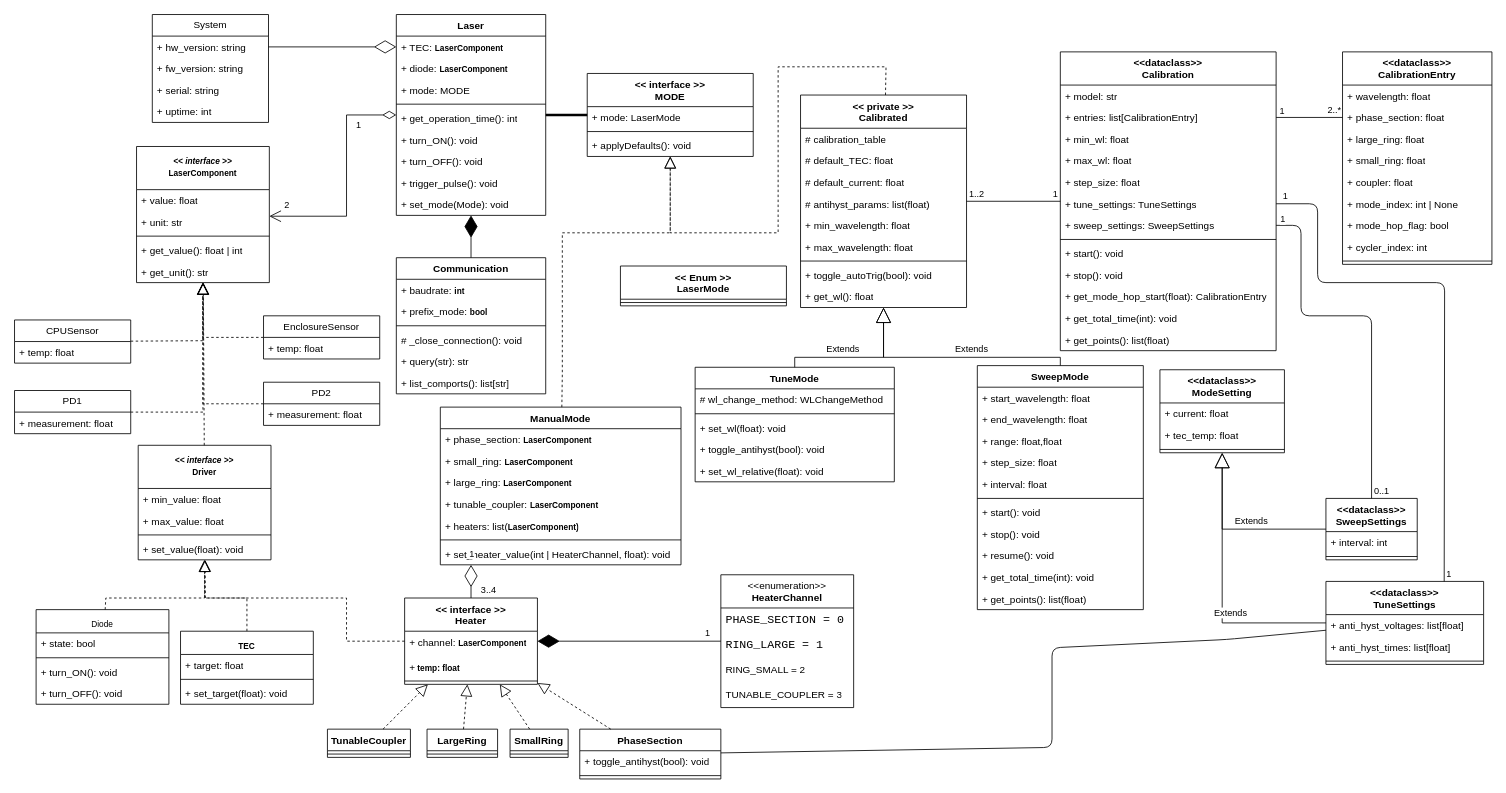
The draw.io diagram docs/assets/diagrams/Class_diagram.drawio in ChilasLasers/PyChilasLasers, before the edit. Source tidied: cells renumbered, new cells numbered last; positions are measured from the earlier drawing's top-left corner, leaving out a move shared by most shapes. Both pictures are drawn from the tidied source at 83%, with x=0, y=0 at pixel (14, 14).
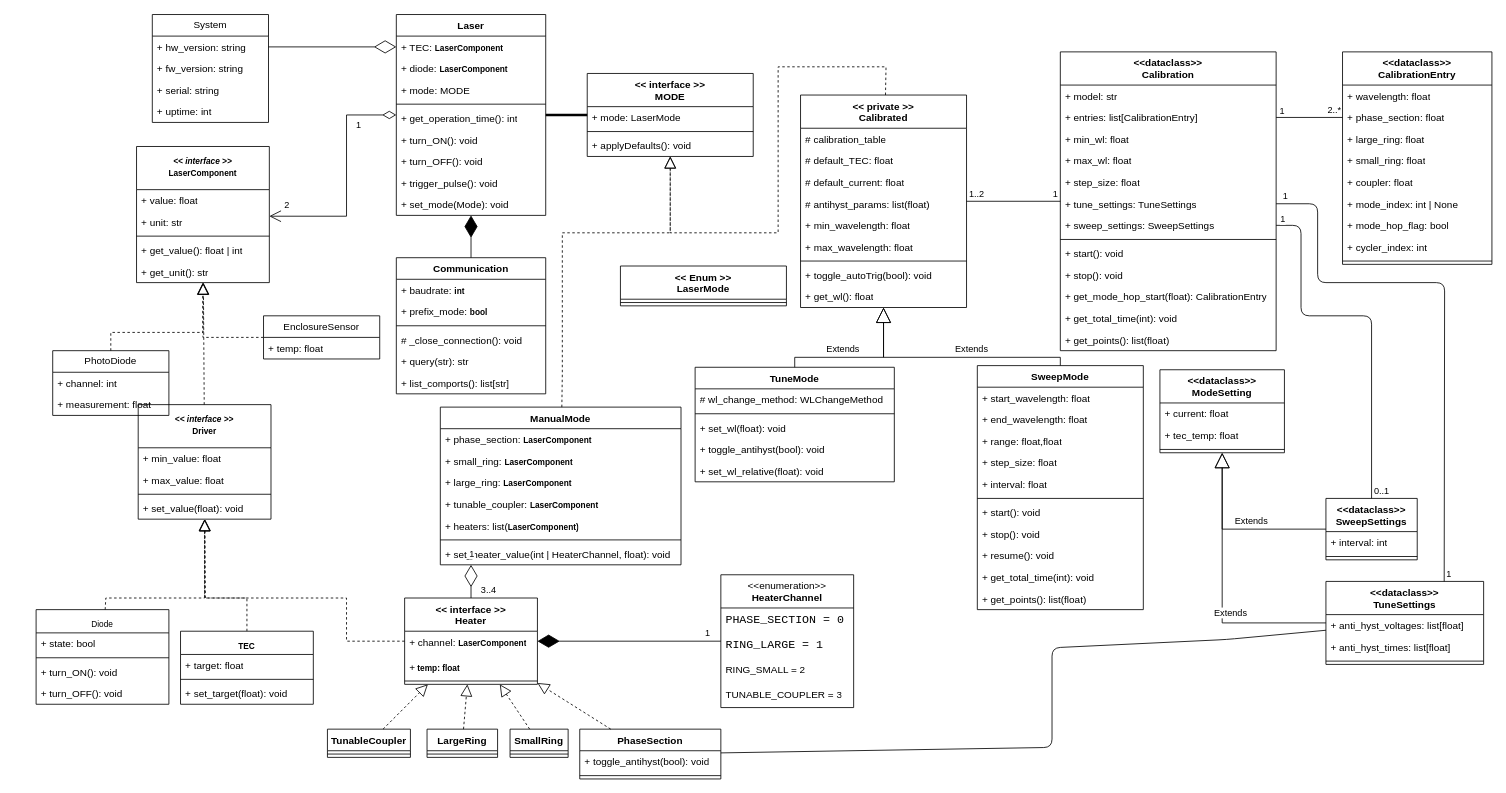
The same diagram, later.

Commit message (it also covers changes not shown here):
feat: implement enclosure temp sensor and photodiode readouts

The change refers to these unchanged cells:
```xml
<mxCell id="54" value="&lt;p style=&quot;margin:0px;margin-top:4px;text-align:center;&quot;&gt;&lt;font style=&quot;font-size: 10px;&quot;&gt;&lt;i&gt;&amp;lt;&amp;lt; interface &amp;gt;&amp;gt;&lt;/i&gt;&lt;br&gt;LaserComponent&lt;/font&gt;&lt;/p&gt;" style="swimlane;fontStyle=1;align=center;verticalAlign=top;horizontal=1;startSize=52;whiteSpace=wrap;html=1;" parent="1" vertex="1">
  <mxGeometry x="147" y="159" width="160" height="164" as="geometry" />
</mxCell>
```

The edit, as a diff of the source:
```diff
@@
     <mxCell id="169" value="&lt;p style=&quot;margin:0px;margin-top:4px;text-align:center;&quot;&gt;&lt;font style=&quot;font-size: 10px;&quot;&gt;&lt;i&gt;&amp;lt;&amp;lt; interface &amp;gt;&amp;gt;&lt;/i&gt;&lt;br&gt;Driver&lt;/font&gt;&lt;/p&gt;" style="swimlane;fontStyle=1;align=center;verticalAlign=top;horizontal=1;startSize=52;whiteSpace=wrap;html=1;" parent="1" vertex="1">
-      <mxGeometry x="149" y="519" width="160" height="138" as="geometry" />
+      <mxGeometry x="149" y="470" width="160" height="138" as="geometry" />
     </mxCell>
@@
-    <mxCell id="175" value="CPUSensor" style="swimlane;fontStyle=0;horizontal=1;startSize=26;fillColor=none;whiteSpace=wrap;html=1;" parent="1" vertex="1">
-      <mxGeometry y="368" width="140" height="52" as="geometry" />
-    </mxCell>
-    <mxCell id="176" value="+ temp: float" style="text;strokeColor=none;fillColor=none;align=left;verticalAlign=top;spacingLeft=4;spacingRight=4;overflow=hidden;whiteSpace=wrap;html=1;" parent="175" vertex="1">
-      <mxGeometry y="26" width="140" height="26" as="geometry" />
-    </mxCell>
@@
-    <mxCell id="179" value="PD1" style="swimlane;fontStyle=0;horizontal=1;startSize=26;fillColor=none;whiteSpace=wrap;html=1;" parent="1" vertex="1">
-      <mxGeometry y="453" width="140" height="52" as="geometry" />
+    <mxCell id="179" value="PhotoDiode" style="swimlane;fontStyle=0;horizontal=1;startSize=26;fillColor=none;whiteSpace=wrap;html=1;" parent="1" vertex="1">
+      <mxGeometry x="46" y="405" width="140" height="78" as="geometry" />
     </mxCell>
+    <mxCell id="187" value="+ channel: int" style="text;strokeColor=none;fillColor=none;align=left;verticalAlign=top;spacingLeft=4;spacingRight=4;overflow=hidden;whiteSpace=wrap;html=1;" parent="179" vertex="1">
+      <mxGeometry y="26" width="140" height="26" as="geometry" />
+    </mxCell>
     <mxCell id="180" value="+ measurement: float" style="text;strokeColor=none;fillColor=none;align=left;verticalAlign=top;spacingLeft=4;spacingRight=4;overflow=hidden;whiteSpace=wrap;html=1;" parent="179" vertex="1">
-      <mxGeometry y="26" width="140" height="26" as="geometry" />
+      <mxGeometry y="52" width="140" height="26" as="geometry" />
     </mxCell>
-    <mxCell id="181" value="PD2" style="swimlane;fontStyle=0;horizontal=1;startSize=26;fillColor=none;whiteSpace=wrap;html=1;" parent="1" vertex="1">
-      <mxGeometry x="300" y="443" width="140" height="52" as="geometry" />
-    </mxCell>
-    <mxCell id="182" value="+ measurement: float" style="text;strokeColor=none;fillColor=none;align=left;verticalAlign=top;spacingLeft=4;spacingRight=4;overflow=hidden;whiteSpace=wrap;html=1;" parent="181" vertex="1">
-      <mxGeometry y="26" width="140" height="26" as="geometry" />
-    </mxCell>
@@
-    <mxCell id="184" style="endArrow=block;dashed=1;endFill=0;endSize=12;html=1;rounded=0;" parent="1" edge="1" source="175" target="54">
-      <mxGeometry relative="1" as="geometry">
-        <Array as="points">
-          <mxPoint x="227" y="393" />
-        </Array>
-      </mxGeometry>
-    </mxCell>
@@
     <mxCell id="186" style="endArrow=block;dashed=1;endFill=0;endSize=12;html=1;rounded=0;" parent="1" edge="1" source="179" target="54">
       <mxGeometry relative="1" as="geometry">
         <Array as="points">
-          <mxPoint x="227" y="479" />
+          <mxPoint x="116" y="383" />
+          <mxPoint x="227" y="383" />
         </Array>
       </mxGeometry>
     </mxCell>
-    <mxCell id="187" style="endArrow=block;dashed=1;endFill=0;endSize=12;html=1;rounded=0;" parent="1" edge="1" source="181" target="54">
-      <mxGeometry relative="1" as="geometry">
-        <Array as="points">
-          <mxPoint x="227" y="469" />
-        </Array>
-      </mxGeometry>
-    </mxCell>
```
